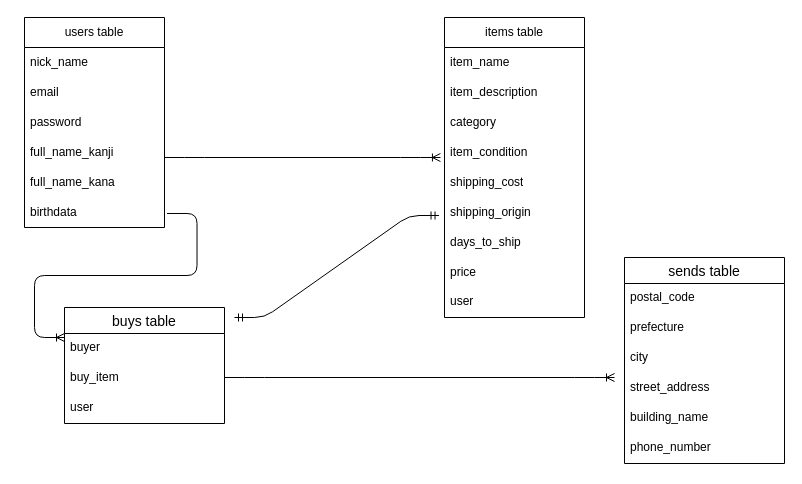
otontyan/furima-39638 keeps this draw.io diagram as er.dio. Above is the earlier version. Source tidied: cells renumbered, new cells numbered last; positions are measured from the earlier drawing's top-left corner, leaving out a move shared by most shapes. Both pictures are drawn from the tidied source at 100%, with x=0, y=0 at pixel (24, 17).
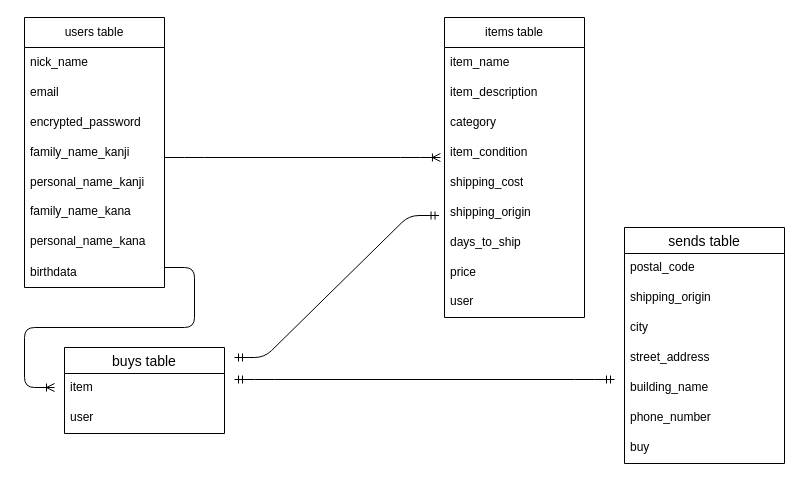
After the change.

Commit message (it also covers changes not shown here):
データベース設計（２回目）

The change refers to these unchanged cells:
```xml
<mxCell id="15" value="shipping_origin" style="text;strokeColor=none;fillColor=none;align=left;verticalAlign=middle;spacingLeft=4;spacingRight=4;overflow=hidden;points=[[0,0.5],[1,0.5]];portConstraint=eastwest;whiteSpace=wrap;html=1;" parent="9" vertex="1">
  <mxGeometry y="180" width="140" height="30" as="geometry" />
</mxCell>
```

What changed in the source:
```diff
@@
     <mxCell id="2" value="users table" style="swimlane;fontStyle=0;horizontal=1;startSize=30;whiteSpace=wrap;html=1;" parent="1" vertex="1">
-      <mxGeometry width="140" height="210" as="geometry" />
+      <mxGeometry width="140" height="270" as="geometry" />
     </mxCell>
@@
-    <mxCell id="5" value="password" style="text;strokeColor=none;fillColor=none;align=left;verticalAlign=middle;spacingLeft=4;spacingRight=4;overflow=hidden;whiteSpace=wrap;html=1;" parent="2" vertex="1">
+    <mxCell id="5" value="encrypted_password" style="text;strokeColor=none;fillColor=none;align=left;verticalAlign=middle;spacingLeft=4;spacingRight=4;overflow=hidden;whiteSpace=wrap;html=1;" parent="2" vertex="1">
       <mxGeometry y="90" width="140" height="30" as="geometry" />
     </mxCell>
-    <mxCell id="6" value="full_name_kanji" style="text;strokeColor=none;fillColor=none;align=left;verticalAlign=middle;spacingLeft=4;spacingRight=4;overflow=hidden;whiteSpace=wrap;html=1;" parent="2" vertex="1">
+    <mxCell id="6" value="family_name_kanji" style="text;strokeColor=none;fillColor=none;align=left;verticalAlign=middle;spacingLeft=4;spacingRight=4;overflow=hidden;whiteSpace=wrap;html=1;" parent="2" vertex="1">
       <mxGeometry y="120" width="140" height="30" as="geometry" />
     </mxCell>
-    <mxCell id="7" value="full_name_kana" style="text;strokeColor=none;fillColor=none;align=left;verticalAlign=middle;spacingLeft=4;spacingRight=4;overflow=hidden;whiteSpace=wrap;html=1;" parent="2" vertex="1">
+    <mxCell id="7" value="personal_name_kanji" style="text;strokeColor=none;fillColor=none;align=left;verticalAlign=middle;spacingLeft=4;spacingRight=4;overflow=hidden;whiteSpace=wrap;html=1;" parent="2" vertex="1">
       <mxGeometry y="150" width="140" height="30" as="geometry" />
     </mxCell>
+    <mxCell id="34" value="family_name_kana" style="text;strokeColor=none;fillColor=none;spacingLeft=4;spacingRight=4;overflow=hidden;fontSize=12;" parent="2" vertex="1">
+      <mxGeometry y="180" width="140" height="30" as="geometry" />
+    </mxCell>
+    <mxCell id="35" value="personal_name_kana" style="text;strokeColor=none;fillColor=none;spacingLeft=4;spacingRight=4;overflow=hidden;fontSize=12;" parent="2" vertex="1">
+      <mxGeometry y="210" width="140" height="30" as="geometry" />
+    </mxCell>
     <mxCell id="8" value="birthdata" style="text;strokeColor=none;fillColor=none;align=left;verticalAlign=middle;spacingLeft=4;spacingRight=4;overflow=hidden;points=[[0,0.5],[1,0.5]];portConstraint=eastwest;whiteSpace=wrap;html=1;" parent="2" vertex="1">
-      <mxGeometry y="180" width="140" height="30" as="geometry" />
+      <mxGeometry y="240" width="140" height="30" as="geometry" />
     </mxCell>
@@
     <mxCell id="20" value="buys table" style="swimlane;fontStyle=0;horizontal=1;startSize=26;align=center;fontSize=14;" parent="1" vertex="1">
-      <mxGeometry x="40" y="290" width="160" height="116" as="geometry" />
+      <mxGeometry x="40" y="330" width="160" height="86" as="geometry" />
     </mxCell>
-    <mxCell id="21" value="buyer" style="text;strokeColor=none;fillColor=none;spacingLeft=4;spacingRight=4;overflow=hidden;fontSize=12;" parent="20" vertex="1">
-      <mxGeometry y="26" width="160" height="30" as="geometry" />
-    </mxCell>
-    <mxCell id="22" value="buy_item" style="text;strokeColor=none;fillColor=none;spacingLeft=4;spacingRight=4;overflow=hidden;fontSize=12;" parent="20" vertex="1">
-      <mxGeometry y="56" width="160" height="30" as="geometry" />
+    <mxCell id="22" value="item" style="text;strokeColor=none;fillColor=none;spacingLeft=4;spacingRight=4;overflow=hidden;fontSize=12;" parent="20" vertex="1">
+      <mxGeometry y="26" width="160" height="30" as="geometry" />
     </mxCell>
     <mxCell id="23" value="user" style="text;strokeColor=none;fillColor=none;spacingLeft=4;spacingRight=4;overflow=hidden;fontSize=12;" parent="20" vertex="1">
-      <mxGeometry y="86" width="160" height="30" as="geometry" />
+      <mxGeometry y="56" width="160" height="30" as="geometry" />
     </mxCell>
-    <mxCell id="24" style="edgeStyle=entityRelationEdgeStyle;fontSize=12;html=1;endArrow=ERoneToMany;exitX=1.018;exitY=0.533;exitDx=0;exitDy=0;exitPerimeter=0;" parent="1" edge="1" source="8">
-      <mxGeometry relative="1" as="geometry">
-        <mxPoint x="40" y="320" as="targetPoint" />
-      </mxGeometry>
-    </mxCell>
     <mxCell id="25" value="sends table" style="swimlane;fontStyle=0;horizontal=1;startSize=26;align=center;fontSize=14;" parent="1" vertex="1">
-      <mxGeometry x="600" y="240" width="160" height="206" as="geometry" />
+      <mxGeometry x="600" y="210" width="160" height="236" as="geometry" />
     </mxCell>
@@
-    <mxCell id="27" value="prefecture" style="text;strokeColor=none;fillColor=none;spacingLeft=4;spacingRight=4;overflow=hidden;fontSize=12;" parent="25" vertex="1">
+    <mxCell id="27" value="shipping_origin" style="text;strokeColor=none;fillColor=none;spacingLeft=4;spacingRight=4;overflow=hidden;fontSize=12;" parent="25" vertex="1">
       <mxGeometry y="56" width="160" height="30" as="geometry" />
     </mxCell>
@@
+    <mxCell id="36" value="buy" style="text;strokeColor=none;fillColor=none;spacingLeft=4;spacingRight=4;overflow=hidden;fontSize=12;" parent="25" vertex="1">
+      <mxGeometry y="206" width="160" height="30" as="geometry" />
+    </mxCell>
     <mxCell id="32" style="edgeStyle=entityRelationEdgeStyle;fontSize=12;html=1;endArrow=ERmandOne;startArrow=ERmandOne;entryX=-0.039;entryY=0.6;entryDx=0;entryDy=0;entryPerimeter=0;" parent="1" edge="1" target="15">
       <mxGeometry relative="1" as="geometry">
-        <mxPoint x="210" y="300" as="sourcePoint" />
+        <mxPoint x="210" y="340" as="sourcePoint" />
       </mxGeometry>
     </mxCell>
-    <mxCell id="33" style="edgeStyle=entityRelationEdgeStyle;fontSize=12;html=1;endArrow=ERoneToMany;" parent="1" edge="1">
-      <mxGeometry relative="1" as="geometry">
-        <mxPoint x="200" y="360" as="sourcePoint" />
-        <mxPoint x="590" y="360" as="targetPoint" />
-      </mxGeometry>
-    </mxCell>
+    <mxCell id="37" style="edgeStyle=entityRelationEdgeStyle;fontSize=12;html=1;endArrow=ERmandOne;startArrow=ERmandOne;" parent="1" edge="1">
+      <mxGeometry relative="1" as="geometry">
+        <mxPoint x="210" y="362" as="sourcePoint" />
+        <mxPoint x="590" y="362" as="targetPoint" />
+      </mxGeometry>
+    </mxCell>
+    <mxCell id="38" style="edgeStyle=entityRelationEdgeStyle;fontSize=12;html=1;endArrow=ERoneToMany;" parent="1" edge="1">
+      <mxGeometry relative="1" as="geometry">
+        <mxPoint x="140" y="250" as="sourcePoint" />
+        <mxPoint x="30" y="370" as="targetPoint" />
+      </mxGeometry>
+    </mxCell>
```
